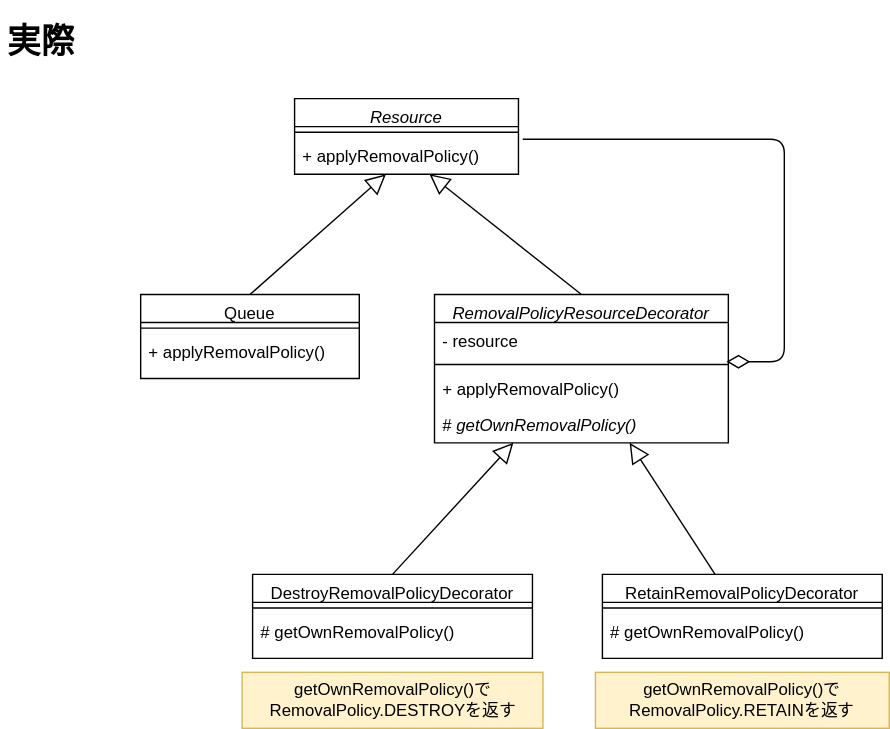
Earlier version of the draw.io export drawio/decorator/decorator_concrete.drawio.svg (go-to-k/cdk-gof-design-pattern). Source tidied: cells renumbered, new cells last; positions are measured from the earlier drawing's top-left corner, leaving out a move shared by most shapes. Source of this version:
```xml
<mxGraphModel>
  <root>
    <mxCell id="0" />
    <mxCell id="1" parent="0" />
    <mxCell id="2" value="Queue" style="swimlane;fontStyle=0;align=center;verticalAlign=top;horizontal=1;startSize=20;rounded=0;shadow=0;strokeWidth=1;" parent="1" vertex="1">
      <mxGeometry x="100" y="200" width="156.2" height="60" as="geometry" />
    </mxCell>
    <mxCell id="3" style="line;html=1;strokeWidth=1;align=left;verticalAlign=middle;spacingTop=-1;spacingLeft=3;spacingRight=3;labelPosition=right;" parent="2" vertex="1">
      <mxGeometry y="20" width="156.2" height="8" as="geometry" />
    </mxCell>
    <mxCell id="4" value="+ applyRemovalPolicy()" style="text;strokeColor=none;fillColor=none;align=left;verticalAlign=top;spacingLeft=4;spacingRight=4;overflow=hidden;whiteSpace=wrap;html=1;" parent="2" vertex="1">
      <mxGeometry y="28" width="156.2" height="26" as="geometry" />
    </mxCell>
    <mxCell id="5" value="RemovalPolicyResourceDecorator" style="swimlane;fontStyle=2;align=center;verticalAlign=top;horizontal=1;startSize=20;rounded=0;shadow=0;strokeWidth=1;" parent="1" vertex="1">
      <mxGeometry x="310" y="200" width="210" height="106" as="geometry" />
    </mxCell>
    <mxCell id="6" value="- resource" style="text;strokeColor=none;fillColor=none;align=left;verticalAlign=top;spacingLeft=4;spacingRight=4;overflow=hidden;points=[[0,0.5],[1,0.5]];portConstraint=eastwest;whiteSpace=wrap;html=1;" parent="5" vertex="1">
      <mxGeometry y="20" width="210" height="26" as="geometry" />
    </mxCell>
    <mxCell id="7" style="line;html=1;strokeWidth=1;align=left;verticalAlign=middle;spacingTop=-1;spacingLeft=3;spacingRight=3;labelPosition=right;" parent="5" vertex="1">
      <mxGeometry y="46" width="210" height="8" as="geometry" />
    </mxCell>
    <mxCell id="8" value="+ applyRemovalPolicy()" style="text;strokeColor=none;fillColor=none;align=left;verticalAlign=top;spacingLeft=4;spacingRight=4;overflow=hidden;whiteSpace=wrap;html=1;" parent="5" vertex="1">
      <mxGeometry y="54" width="210" height="26" as="geometry" />
    </mxCell>
    <mxCell id="9" value="#&lt;i&gt; getOwnRemovalPolicy()&lt;/i&gt;" style="text;strokeColor=none;fillColor=none;align=left;verticalAlign=top;spacingLeft=4;spacingRight=4;overflow=hidden;whiteSpace=wrap;html=1;" parent="5" vertex="1">
      <mxGeometry y="80" width="210" height="26" as="geometry" />
    </mxCell>
    <mxCell id="10" value="Resource" style="swimlane;fontStyle=2;align=center;verticalAlign=top;horizontal=1;startSize=20;rounded=0;shadow=0;strokeWidth=1;" parent="1" vertex="1">
      <mxGeometry x="210" y="60" width="160" height="54" as="geometry" />
    </mxCell>
    <mxCell id="11" style="line;html=1;strokeWidth=1;align=left;verticalAlign=middle;spacingTop=-1;spacingLeft=3;spacingRight=3;labelPosition=right;" parent="10" vertex="1">
      <mxGeometry y="20" width="160" height="8" as="geometry" />
    </mxCell>
    <mxCell id="12" value="+ applyRemovalPolicy()" style="text;strokeColor=none;fillColor=none;align=left;verticalAlign=top;spacingLeft=4;spacingRight=4;overflow=hidden;points=[[0,0.5],[1,0.5]];portConstraint=eastwest;whiteSpace=wrap;html=1;" parent="10" vertex="1">
      <mxGeometry y="28" width="160" height="26" as="geometry" />
    </mxCell>
    <mxCell id="13" style="endArrow=block;endFill=0;endSize=12;html=1;rounded=0;exitX=0.5;exitY=0;exitDx=0;exitDy=0;" parent="1" edge="1" source="5" target="12">
      <mxGeometry relative="1" as="geometry" />
    </mxCell>
    <mxCell id="14" value="&lt;h1&gt;実際&lt;/h1&gt;" style="text;html=1;strokeColor=none;fillColor=none;spacing=5;spacingTop=-20;whiteSpace=wrap;overflow=hidden;rounded=0;" parent="1" vertex="1">
      <mxGeometry width="60" height="40" as="geometry" />
    </mxCell>
    <mxCell id="15" style="endArrow=block;endFill=0;endSize=12;html=1;rounded=0;exitX=0.5;exitY=0;exitDx=0;exitDy=0;" parent="1" edge="1" source="2" target="12">
      <mxGeometry relative="1" as="geometry" />
    </mxCell>
    <mxCell id="16" value="DestroyRemovalPolicyDecorator" style="swimlane;fontStyle=0;align=center;verticalAlign=top;horizontal=1;startSize=20;rounded=0;shadow=0;strokeWidth=1;" parent="1" vertex="1">
      <mxGeometry x="180" y="400" width="200" height="60" as="geometry" />
    </mxCell>
    <mxCell id="17" style="line;html=1;strokeWidth=1;align=left;verticalAlign=middle;spacingTop=-1;spacingLeft=3;spacingRight=3;labelPosition=right;" parent="16" vertex="1">
      <mxGeometry y="20" width="200" height="8" as="geometry" />
    </mxCell>
    <mxCell id="18" value="# getOwnRemovalPolicy()" style="text;strokeColor=none;fillColor=none;align=left;verticalAlign=top;spacingLeft=4;spacingRight=4;overflow=hidden;whiteSpace=wrap;html=1;" parent="16" vertex="1">
      <mxGeometry y="28" width="200" height="26" as="geometry" />
    </mxCell>
    <mxCell id="19" style="endArrow=block;endFill=0;endSize=12;html=1;rounded=0;exitX=0.5;exitY=0;exitDx=0;exitDy=0;" parent="1" edge="1" source="16" target="5">
      <mxGeometry relative="1" as="geometry" />
    </mxCell>
    <mxCell id="20" style="endArrow=none;html=1;endSize=12;startArrow=diamondThin;startSize=14;startFill=0;edgeStyle=orthogonalEdgeStyle;align=left;verticalAlign=bottom;exitX=0.994;exitY=1.077;exitDx=0;exitDy=0;exitPerimeter=0;entryX=1.019;entryY=0.038;entryDx=0;entryDy=0;entryPerimeter=0;endFill=0;" parent="1" edge="1" source="6" target="12">
      <mxGeometry x="-1" y="3" relative="1" as="geometry">
        <Array as="points">
          <mxPoint x="560" y="248" />
          <mxPoint x="560" y="89" />
        </Array>
      </mxGeometry>
    </mxCell>
    <mxCell id="21" value="RetainRemovalPolicyDecorator" style="swimlane;fontStyle=0;align=center;verticalAlign=top;horizontal=1;startSize=20;rounded=0;shadow=0;strokeWidth=1;" parent="1" vertex="1">
      <mxGeometry x="430" y="400" width="200" height="60" as="geometry" />
    </mxCell>
    <mxCell id="22" style="line;html=1;strokeWidth=1;align=left;verticalAlign=middle;spacingTop=-1;spacingLeft=3;spacingRight=3;labelPosition=right;" parent="21" vertex="1">
      <mxGeometry y="20" width="200" height="8" as="geometry" />
    </mxCell>
    <mxCell id="23" value="# getOwnRemovalPolicy()" style="text;strokeColor=none;fillColor=none;align=left;verticalAlign=top;spacingLeft=4;spacingRight=4;overflow=hidden;whiteSpace=wrap;html=1;" parent="21" vertex="1">
      <mxGeometry y="28" width="200" height="26" as="geometry" />
    </mxCell>
    <mxCell id="24" style="endArrow=block;endFill=0;endSize=12;html=1;rounded=0;" parent="1" edge="1" source="21" target="5">
      <mxGeometry relative="1" as="geometry" />
    </mxCell>
    <mxCell id="25" value="getOwnRemovalPolicy()でRemovalPolicy.RETAINを返す" style="text;html=1;strokeColor=#d6b656;fillColor=#fff2cc;align=center;verticalAlign=middle;whiteSpace=wrap;rounded=0;fontColor=#000000;" parent="1" vertex="1">
      <mxGeometry x="425" y="470" width="210" height="40" as="geometry" />
    </mxCell>
    <mxCell id="26" value="getOwnRemovalPolicy()でRemovalPolicy.DESTROYを返す" style="text;html=1;strokeColor=#d6b656;fillColor=#fff2cc;align=center;verticalAlign=middle;whiteSpace=wrap;rounded=0;fontColor=#000000;" parent="1" vertex="1">
      <mxGeometry x="172.5" y="470" width="215" height="40" as="geometry" />
    </mxCell>
  </root>
</mxGraphModel>
```
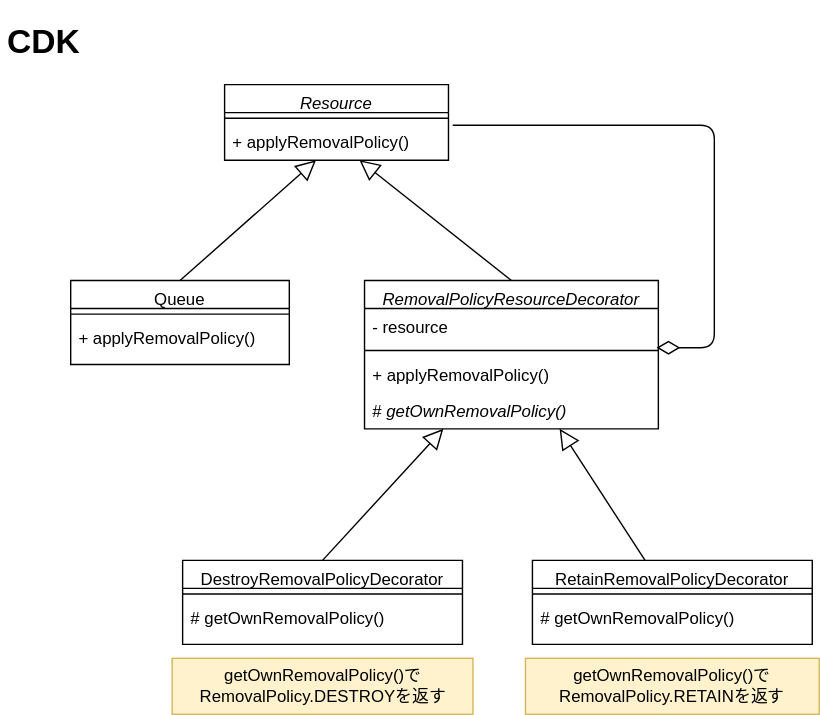
The same file after the commit.

What changed in the source:
```diff
@@ -38,8 +38,8 @@
     <mxCell id="13" style="endArrow=block;endFill=0;endSize=12;html=1;rounded=0;exitX=0.5;exitY=0;exitDx=0;exitDy=0;" parent="1" edge="1" source="5" target="12">
       <mxGeometry relative="1" as="geometry" />
     </mxCell>
-    <mxCell id="14" value="&lt;h1&gt;実際&lt;/h1&gt;" style="text;html=1;strokeColor=none;fillColor=none;spacing=5;spacingTop=-20;whiteSpace=wrap;overflow=hidden;rounded=0;" parent="1" vertex="1">
-      <mxGeometry width="60" height="40" as="geometry" />
+    <mxCell id="14" value="&lt;h1&gt;CDK&lt;/h1&gt;" style="text;html=1;strokeColor=none;fillColor=none;spacing=5;spacingTop=-20;whiteSpace=wrap;overflow=hidden;rounded=0;" parent="1" vertex="1">
+      <mxGeometry x="50" y="10" width="60" height="40" as="geometry" />
     </mxCell>
     <mxCell id="15" style="endArrow=block;endFill=0;endSize=12;html=1;rounded=0;exitX=0.5;exitY=0;exitDx=0;exitDy=0;" parent="1" edge="1" source="2" target="12">
       <mxGeometry relative="1" as="geometry" />
```
